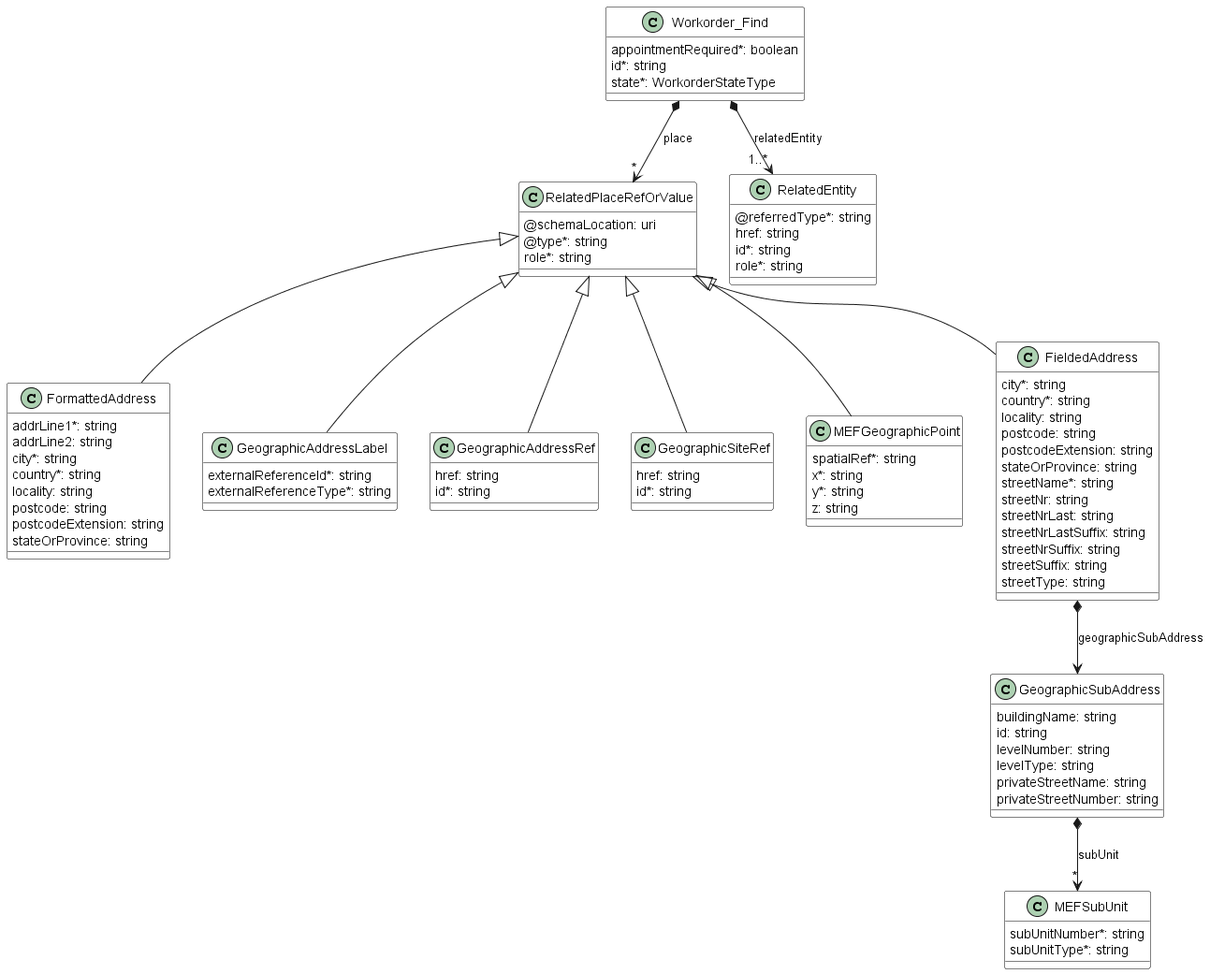
The PlantUML diagram documentation/productApi/workforce/media/useCase13Model.png in MEF-GIT/MEF-LSO-Sonata-SDK, before a commit.
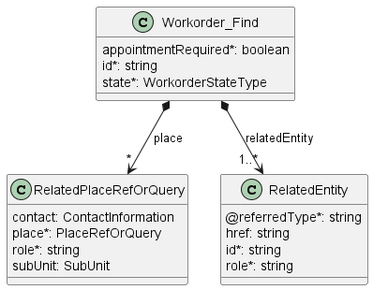
The same diagram one commit later.

The edit, as a diff of the source:
```diff
@@ -1,64 +1,4 @@
 @startuml
-skinparam {
-    ClassBackgroundColor White
-    ClassBorderColor Black
-}
-
-
-class FormattedAddress {
-
-    addrLine1*: string
-    addrLine2: string
-    city*: string
-    country*: string
-    locality: string
-    postcode: string
-    postcodeExtension: string
-    stateOrProvince: string
-}
-RelatedPlaceRefOrValue <|-- FormattedAddress
-
-
-
-class GeographicAddressLabel {
-
-    externalReferenceId*: string
-    externalReferenceType*: string
-}
-RelatedPlaceRefOrValue <|-- GeographicAddressLabel
-
-
-
-class GeographicAddressRef {
-
-    href: string
-    id*: string
-}
-RelatedPlaceRefOrValue <|-- GeographicAddressRef
-
-
-
-class GeographicSiteRef {
-
-    href: string
-    id*: string
-}
-RelatedPlaceRefOrValue <|-- GeographicSiteRef
-
-
-
-class GeographicSubAddress {
-
-    buildingName: string
-    id: string
-    levelNumber: string
-    levelType: string
-    privateStreetName: string
-    privateStreetNumber: string
-}
-
-GeographicSubAddress *-->"*" MEFSubUnit : subUnit
-
 
 class Workorder_Find {
 
@@ -67,47 +7,8 @@
     state*: WorkorderStateType
 }
 
-Workorder_Find *-->"*" RelatedPlaceRefOrValue : place
+Workorder_Find *-->"*" RelatedPlaceRefOrQuery : place
 Workorder_Find *-->"1..*" RelatedEntity : relatedEntity
-
-
-
-class MEFGeographicPoint {
-
-    spatialRef*: string
-    x*: string
-    y*: string
-    z: string
-}
-RelatedPlaceRefOrValue <|-- MEFGeographicPoint
-
-
-
-class FieldedAddress {
-
-    city*: string
-    country*: string
-    locality: string
-    postcode: string
-    postcodeExtension: string
-    stateOrProvince: string
-    streetName*: string
-    streetNr: string
-    streetNrLast: string
-    streetNrLastSuffix: string
-    streetNrSuffix: string
-    streetSuffix: string
-    streetType: string
-}
-RelatedPlaceRefOrValue <|-- FieldedAddress
-
-FieldedAddress *--> GeographicSubAddress : geographicSubAddress
-
-class MEFSubUnit {
-
-    subUnitNumber*: string
-    subUnitType*: string
-}
 
 
 
@@ -121,11 +22,12 @@
 
 
 
-class RelatedPlaceRefOrValue {
 
-    @schemaLocation: uri
-    @type*: string
+class RelatedPlaceRefOrQuery {
+    contact: ContactInformation
+    place*: PlaceRefOrQuery
     role*: string
+    subUnit: SubUnit
 }
 
 
```
